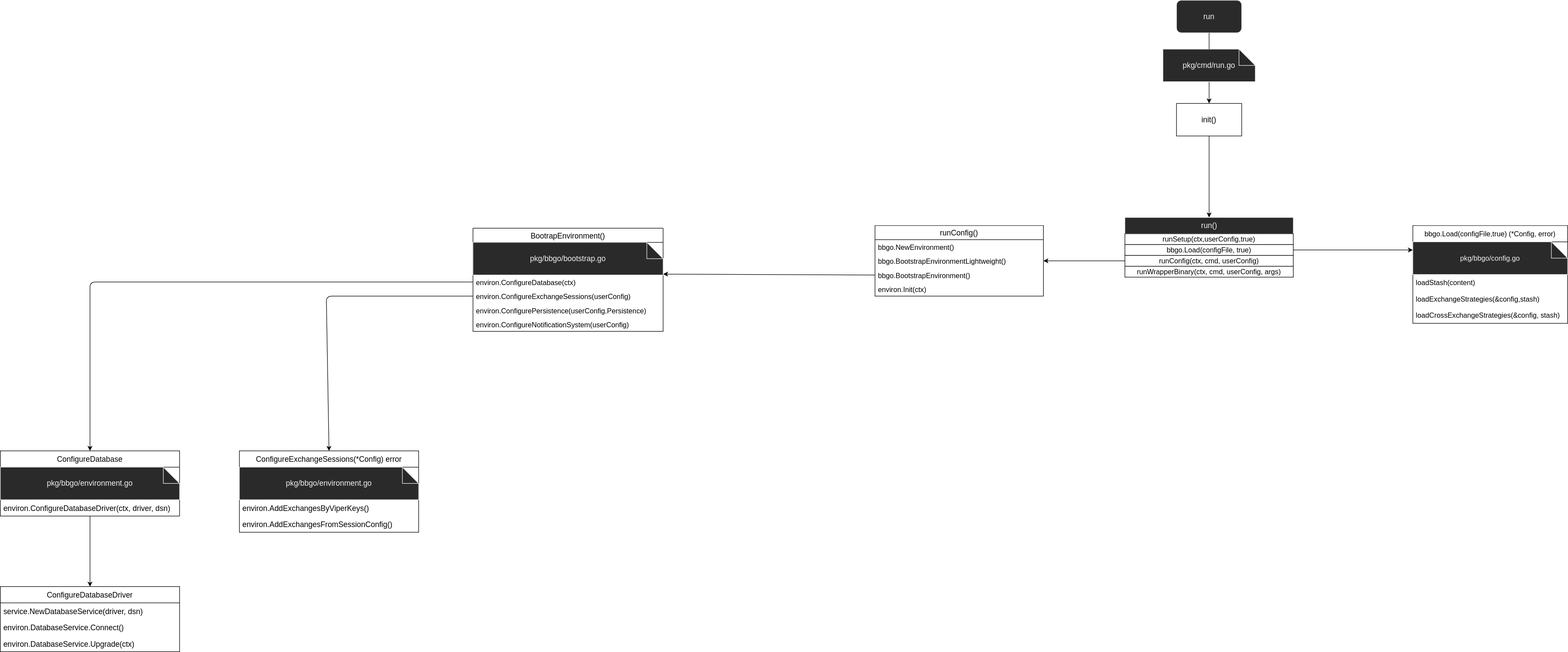
Before: learn_bbgo_with_func/flow_chart/cmd_available/run.drawio.svg, a diagram exported from draw.io (Kozphy/go_learn). Source tidied: cells renumbered, new cells last; positions are measured from the earlier drawing's top-left corner, leaving out a move shared by most shapes.
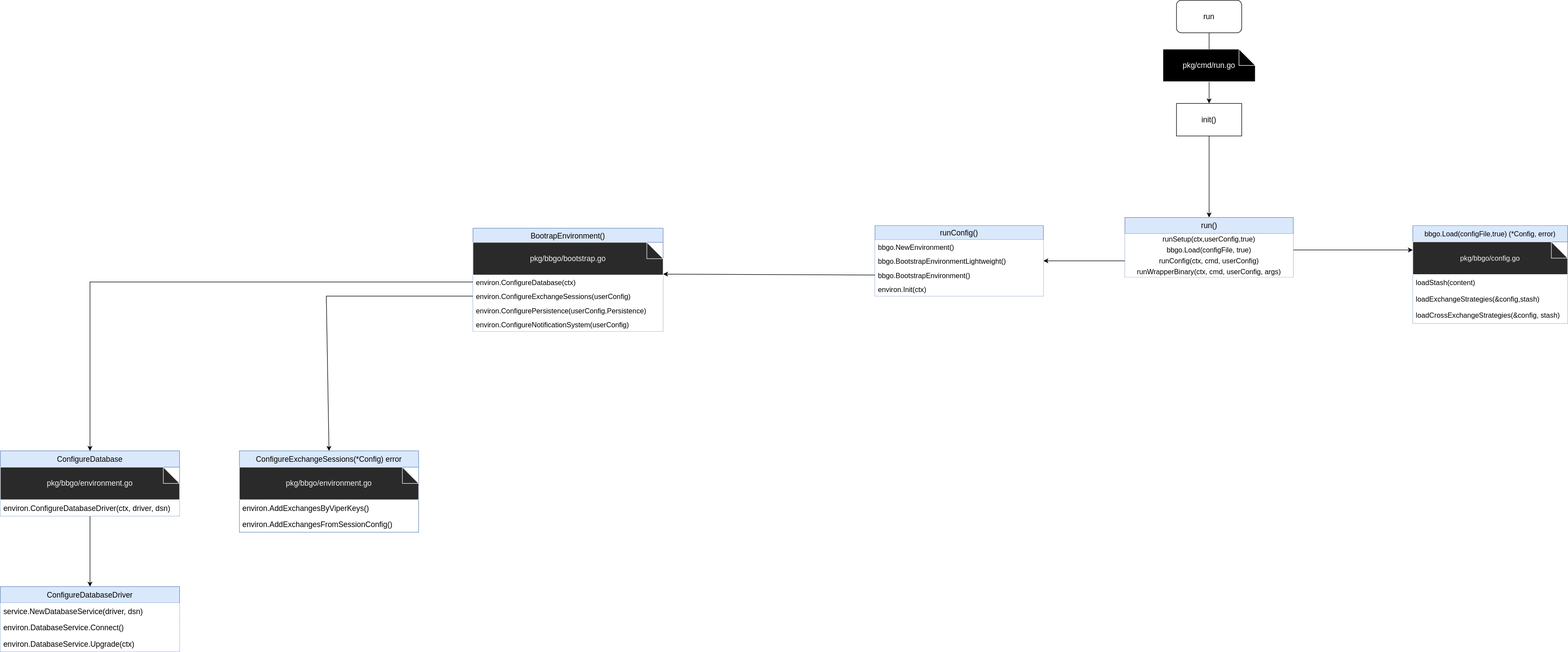
Later version of the same file.

What changed in the source:
```diff
@@ -4,9 +4,9 @@
     <mxCell id="1" parent="0" />
-    <mxCell id="2" style="edgeStyle=none;html=1;entryX=0.5;entryY=0;entryDx=0;entryDy=0;fontSize=14;startArrow=none;" parent="1" edge="1" source="37" target="5">
+    <mxCell id="2" style="edgeStyle=none;html=1;entryX=0.5;entryY=0;entryDx=0;entryDy=0;fontSize=14;startArrow=none;rounded=0;" parent="1" edge="1" source="37" target="5">
       <mxGeometry relative="1" as="geometry" />
     </mxCell>
-    <mxCell id="3" value="run" style="rounded=1;whiteSpace=wrap;html=1;fontFamily=Helvetica;fontSize=14;fontColor=rgb(240, 240, 240);align=center;strokeColor=rgb(240, 240, 240);fillColor=rgb(42, 42, 42);" parent="1" vertex="1">
+    <mxCell id="3" value="run" style="rounded=1;whiteSpace=wrap;html=1;fontFamily=Helvetica;fontSize=14;align=center;" parent="1" vertex="1">
       <mxGeometry x="2165" width="120" height="60" as="geometry" />
     </mxCell>
-    <mxCell id="4" style="edgeStyle=none;html=1;fontSize=14;" parent="1" edge="1" source="5" target="6">
+    <mxCell id="4" style="edgeStyle=none;html=1;fontSize=14;rounded=0;" parent="1" edge="1" source="5" target="6">
       <mxGeometry relative="1" as="geometry" />
@@ -16,105 +16,105 @@
     </mxCell>
-    <mxCell id="6" value="run()" style="swimlane;fontStyle=0;horizontal=1;startSize=30;fontFamily=Helvetica;fontSize=14;fontColor=rgb(240, 240, 240);align=center;strokeColor=rgb(240, 240, 240);fillColor=rgb(42, 42, 42);html=1;" parent="1" vertex="1">
+    <mxCell id="6" value="run()" style="swimlane;fontStyle=0;horizontal=1;startSize=30;fontFamily=Helvetica;fontSize=14;align=center;strokeColor=#6c8ebf;fillColor=#dae8fc;html=1;rounded=0;" parent="1" vertex="1">
       <mxGeometry x="2070" y="400" width="310" height="110" as="geometry" />
     </mxCell>
-    <mxCell id="7" value="runSetup(ctx,userConfig,true)" style="whiteSpace=wrap;html=1;fontSize=13;" parent="6" vertex="1">
+    <mxCell id="7" value="runSetup(ctx,userConfig,true)" style="whiteSpace=wrap;html=1;fontSize=13;rounded=0;strokeColor=none;" parent="6" vertex="1">
       <mxGeometry y="30" width="310" height="20" as="geometry" />
     </mxCell>
-    <mxCell id="8" value="bbgo.Load(configFile, true)" style="whiteSpace=wrap;html=1;fontSize=13;" parent="6" vertex="1">
+    <mxCell id="8" value="bbgo.Load(configFile, true)" style="whiteSpace=wrap;html=1;fontSize=13;rounded=0;strokeColor=none;" parent="6" vertex="1">
       <mxGeometry y="50" width="310" height="20" as="geometry" />
     </mxCell>
-    <mxCell id="9" value="runConfig(ctx, cmd, userConfig)" style="whiteSpace=wrap;html=1;fontSize=13;" parent="6" vertex="1">
+    <mxCell id="9" value="runConfig(ctx, cmd, userConfig)" style="whiteSpace=wrap;html=1;fontSize=13;rounded=0;strokeColor=none;" parent="6" vertex="1">
       <mxGeometry y="70" width="310" height="20" as="geometry" />
     </mxCell>
-    <mxCell id="10" value="runWrapperBinary(ctx, cmd, userConfig, args)" style="whiteSpace=wrap;html=1;fontSize=13;" parent="6" vertex="1">
+    <mxCell id="10" value="runWrapperBinary(ctx, cmd, userConfig, args)" style="whiteSpace=wrap;html=1;fontSize=13;rounded=0;strokeColor=none;" parent="6" vertex="1">
       <mxGeometry y="90" width="310" height="20" as="geometry" />
     </mxCell>
-    <mxCell id="11" value="bbgo.Load(configFile,true) (*Config, error)" style="swimlane;fontStyle=0;horizontal=1;startSize=30;fontSize=13;" parent="1" vertex="1">
+    <mxCell id="11" value="bbgo.Load(configFile,true) (*Config, error)" style="swimlane;fontStyle=0;horizontal=1;startSize=30;fontSize=13;rounded=0;fillColor=#dae8fc;strokeColor=#6c8ebf;" parent="1" vertex="1">
       <mxGeometry x="2600" y="415" width="285" height="180" as="geometry" />
     </mxCell>
-    <mxCell id="12" value="pkg/bbgo/config.go" style="shape=note;whiteSpace=wrap;html=1;backgroundOutline=1;darkOpacity=0.05;fontFamily=Helvetica;fontSize=13;fontColor=rgb(240, 240, 240);align=center;strokeColor=rgb(240, 240, 240);fillColor=rgb(42, 42, 42);" parent="11" vertex="1">
+    <mxCell id="12" value="pkg/bbgo/config.go" style="shape=note;whiteSpace=wrap;html=1;backgroundOutline=1;darkOpacity=0.05;fontFamily=Helvetica;fontSize=13;fontColor=rgb(240, 240, 240);align=center;strokeColor=rgb(240, 240, 240);fillColor=rgb(42, 42, 42);rounded=0;" parent="11" vertex="1">
       <mxGeometry y="30" width="285" height="60" as="geometry" />
     </mxCell>
-    <mxCell id="13" value="loadStash(content)" style="text;strokeColor=none;fillColor=none;align=left;verticalAlign=middle;spacingLeft=4;spacingRight=4;overflow=hidden;fontSize=13;" parent="11" vertex="1">
+    <mxCell id="13" value="loadStash(content)" style="text;strokeColor=none;fillColor=default;align=left;verticalAlign=middle;spacingLeft=4;spacingRight=4;overflow=hidden;fontSize=13;rounded=0;" parent="11" vertex="1">
       <mxGeometry y="90" width="285" height="30" as="geometry" />
     </mxCell>
-    <mxCell id="14" value="loadExchangeStrategies(&amp;config,stash)" style="text;strokeColor=none;fillColor=none;align=left;verticalAlign=middle;spacingLeft=4;spacingRight=4;overflow=hidden;fontSize=13;" parent="11" vertex="1">
+    <mxCell id="14" value="loadExchangeStrategies(&amp;config,stash)" style="text;strokeColor=none;fillColor=default;align=left;verticalAlign=middle;spacingLeft=4;spacingRight=4;overflow=hidden;fontSize=13;rounded=0;" parent="11" vertex="1">
       <mxGeometry y="120" width="285" height="30" as="geometry" />
     </mxCell>
-    <mxCell id="15" value="loadCrossExchangeStrategies(&amp;config, stash)" style="text;strokeColor=none;fillColor=none;align=left;verticalAlign=middle;spacingLeft=4;spacingRight=4;overflow=hidden;fontSize=13;" parent="11" vertex="1">
+    <mxCell id="15" value="loadCrossExchangeStrategies(&amp;config, stash)" style="text;strokeColor=none;fillColor=default;align=left;verticalAlign=middle;spacingLeft=4;spacingRight=4;overflow=hidden;fontSize=13;rounded=0;" parent="11" vertex="1">
       <mxGeometry y="150" width="285" height="30" as="geometry" />
     </mxCell>
-    <mxCell id="16" style="edgeStyle=none;html=1;fontSize=13;" parent="1" edge="1" source="9" target="17">
+    <mxCell id="16" style="edgeStyle=none;html=1;fontSize=13;rounded=0;" parent="1" edge="1" source="9" target="17">
       <mxGeometry relative="1" as="geometry" />
     </mxCell>
-    <mxCell id="17" value="runConfig()" style="swimlane;fontStyle=0;horizontal=1;startSize=26;fillColor=none;fontSize=14;" parent="1" vertex="1">
+    <mxCell id="17" value="runConfig()" style="swimlane;fontStyle=0;horizontal=1;startSize=26;fillColor=#dae8fc;fontSize=14;labelBackgroundColor=none;labelBorderColor=none;swimlaneFillColor=none;rounded=0;strokeColor=#6c8ebf;" parent="1" vertex="1">
       <mxGeometry x="1610" y="415" width="310" height="130" as="geometry" />
     </mxCell>
-    <mxCell id="18" value="bbgo.NewEnvironment()" style="text;strokeColor=none;fillColor=none;align=left;verticalAlign=top;spacingLeft=4;spacingRight=4;overflow=hidden;fontSize=13;" parent="17" vertex="1">
+    <mxCell id="18" value="bbgo.NewEnvironment()" style="text;strokeColor=none;fillColor=default;align=left;verticalAlign=top;spacingLeft=4;spacingRight=4;overflow=hidden;fontSize=13;rounded=0;" parent="17" vertex="1">
       <mxGeometry y="26" width="310" height="26" as="geometry" />
     </mxCell>
-    <mxCell id="19" value="bbgo.BootstrapEnvironmentLightweight()" style="text;strokeColor=none;fillColor=none;align=left;verticalAlign=top;spacingLeft=4;spacingRight=4;overflow=hidden;fontSize=13;" parent="17" vertex="1">
+    <mxCell id="19" value="bbgo.BootstrapEnvironmentLightweight()" style="text;strokeColor=none;fillColor=default;align=left;verticalAlign=top;spacingLeft=4;spacingRight=4;overflow=hidden;fontSize=13;rounded=0;" parent="17" vertex="1">
       <mxGeometry y="52" width="310" height="26" as="geometry" />
     </mxCell>
-    <mxCell id="20" value="bbgo.BootstrapEnvironment()" style="text;strokeColor=none;fillColor=none;align=left;verticalAlign=top;spacingLeft=4;spacingRight=4;overflow=hidden;points=[[0,0.5],[1,0.5]];portConstraint=eastwest;fontSize=13;" parent="17" vertex="1">
+    <mxCell id="20" value="bbgo.BootstrapEnvironment()" style="text;strokeColor=none;fillColor=default;align=left;verticalAlign=top;spacingLeft=4;spacingRight=4;overflow=hidden;points=[[0,0.5],[1,0.5]];portConstraint=eastwest;fontSize=13;rounded=0;" parent="17" vertex="1">
       <mxGeometry y="78" width="310" height="26" as="geometry" />
     </mxCell>
-    <mxCell id="21" value="environ.Init(ctx)" style="text;strokeColor=none;fillColor=none;align=left;verticalAlign=top;spacingLeft=4;spacingRight=4;overflow=hidden;fontSize=13;" parent="17" vertex="1">
+    <mxCell id="21" value="environ.Init(ctx)" style="text;strokeColor=none;fillColor=default;align=left;verticalAlign=top;spacingLeft=4;spacingRight=4;overflow=hidden;fontSize=13;rounded=0;" parent="17" vertex="1">
       <mxGeometry y="104" width="310" height="26" as="geometry" />
     </mxCell>
-    <mxCell id="22" style="edgeStyle=none;html=1;fontSize=14;entryX=1;entryY=-0.06;entryDx=0;entryDy=0;entryPerimeter=0;exitX=0;exitY=0.5;exitDx=0;exitDy=0;" parent="1" edge="1" source="20" target="25">
+    <mxCell id="22" style="edgeStyle=none;html=1;fontSize=14;entryX=1;entryY=-0.06;entryDx=0;entryDy=0;entryPerimeter=0;exitX=0;exitY=0.5;exitDx=0;exitDy=0;rounded=0;" parent="1" edge="1" source="20" target="25">
       <mxGeometry relative="1" as="geometry" />
     </mxCell>
-    <mxCell id="23" value="BootrapEnvironment()" style="swimlane;fontStyle=0;horizontal=1;startSize=26;fillColor=none;fontSize=14;" parent="1" vertex="1">
+    <mxCell id="23" value="BootrapEnvironment()" style="swimlane;fontStyle=0;horizontal=1;startSize=26;fillColor=#dae8fc;fontSize=14;rounded=0;strokeColor=#6c8ebf;" parent="1" vertex="1">
       <mxGeometry x="870" y="420" width="350" height="190" as="geometry" />
     </mxCell>
-    <mxCell id="24" value="pkg/bbgo/bootstrap.go" style="shape=note;whiteSpace=wrap;html=1;backgroundOutline=1;darkOpacity=0.05;fontFamily=Helvetica;fontSize=14;fontColor=rgb(240, 240, 240);align=center;strokeColor=rgb(240, 240, 240);fillColor=rgb(42, 42, 42);" parent="23" vertex="1">
+    <mxCell id="24" value="pkg/bbgo/bootstrap.go" style="shape=note;whiteSpace=wrap;html=1;backgroundOutline=1;darkOpacity=0.05;fontFamily=Helvetica;fontSize=14;fontColor=rgb(240, 240, 240);align=center;strokeColor=rgb(240, 240, 240);fillColor=rgb(42, 42, 42);rounded=0;" parent="23" vertex="1">
       <mxGeometry y="26" width="350" height="60" as="geometry" />
     </mxCell>
-    <mxCell id="25" value="environ.ConfigureDatabase(ctx)" style="text;strokeColor=none;fillColor=none;align=left;verticalAlign=top;spacingLeft=4;spacingRight=4;overflow=hidden;points=[[0,0.5],[1,0.5]];portConstraint=eastwest;fontSize=13;" parent="23" vertex="1">
+    <mxCell id="25" value="environ.ConfigureDatabase(ctx)" style="text;strokeColor=none;fillColor=default;align=left;verticalAlign=top;spacingLeft=4;spacingRight=4;overflow=hidden;points=[[0,0.5],[1,0.5]];portConstraint=eastwest;fontSize=13;rounded=0;" parent="23" vertex="1">
       <mxGeometry y="86" width="350" height="26" as="geometry" />
     </mxCell>
-    <mxCell id="26" value="environ.ConfigureExchangeSessions(userConfig)" style="text;strokeColor=none;fillColor=none;align=left;verticalAlign=top;spacingLeft=4;spacingRight=4;overflow=hidden;points=[[0,0.5],[1,0.5]];portConstraint=eastwest;fontSize=13;" parent="23" vertex="1">
+    <mxCell id="26" value="environ.ConfigureExchangeSessions(userConfig)" style="text;strokeColor=none;fillColor=default;align=left;verticalAlign=top;spacingLeft=4;spacingRight=4;overflow=hidden;points=[[0,0.5],[1,0.5]];portConstraint=eastwest;fontSize=13;rounded=0;" parent="23" vertex="1">
       <mxGeometry y="112" width="350" height="26" as="geometry" />
     </mxCell>
-    <mxCell id="27" value="environ.ConfigurePersistence(userConfig.Persistence)" style="text;strokeColor=none;fillColor=none;align=left;verticalAlign=top;spacingLeft=4;spacingRight=4;overflow=hidden;fontSize=13;" parent="23" vertex="1">
+    <mxCell id="27" value="environ.ConfigurePersistence(userConfig.Persistence)" style="text;strokeColor=none;fillColor=default;align=left;verticalAlign=top;spacingLeft=4;spacingRight=4;overflow=hidden;fontSize=13;rounded=0;" parent="23" vertex="1">
       <mxGeometry y="138" width="350" height="26" as="geometry" />
     </mxCell>
-    <mxCell id="28" value="environ.ConfigureNotificationSystem(userConfig)" style="text;strokeColor=none;fillColor=none;align=left;verticalAlign=top;spacingLeft=4;spacingRight=4;overflow=hidden;fontSize=13;" parent="23" vertex="1">
+    <mxCell id="28" value="environ.ConfigureNotificationSystem(userConfig)" style="text;strokeColor=none;fillColor=default;align=left;verticalAlign=top;spacingLeft=4;spacingRight=4;overflow=hidden;fontSize=13;rounded=0;" parent="23" vertex="1">
       <mxGeometry y="164" width="350" height="26" as="geometry" />
     </mxCell>
-    <mxCell id="29" style="edgeStyle=none;html=1;entryX=0.5;entryY=0;entryDx=0;entryDy=0;fontSize=14;" parent="1" edge="1" source="30" target="33">
+    <mxCell id="29" style="edgeStyle=none;html=1;entryX=0.5;entryY=0;entryDx=0;entryDy=0;fontSize=14;rounded=0;" parent="1" edge="1" source="30" target="33">
       <mxGeometry relative="1" as="geometry" />
     </mxCell>
-    <mxCell id="30" value="ConfigureDatabase" style="swimlane;fontStyle=0;horizontal=1;startSize=30;fontSize=14;" parent="1" vertex="1">
+    <mxCell id="30" value="ConfigureDatabase" style="swimlane;fontStyle=0;horizontal=1;startSize=30;fontSize=14;rounded=0;fillColor=#dae8fc;strokeColor=#6c8ebf;" parent="1" vertex="1">
       <mxGeometry y="830" width="330" height="120" as="geometry" />
     </mxCell>
-    <mxCell id="31" value="pkg/bbgo/environment.go" style="shape=note;whiteSpace=wrap;html=1;backgroundOutline=1;darkOpacity=0.05;fontFamily=Helvetica;fontSize=14;fontColor=rgb(240, 240, 240);align=center;strokeColor=rgb(240, 240, 240);fillColor=rgb(42, 42, 42);" parent="30" vertex="1">
+    <mxCell id="31" value="pkg/bbgo/environment.go" style="shape=note;whiteSpace=wrap;html=1;backgroundOutline=1;darkOpacity=0.05;fontFamily=Helvetica;fontSize=14;fontColor=rgb(240, 240, 240);align=center;strokeColor=rgb(240, 240, 240);fillColor=rgb(42, 42, 42);rounded=0;" parent="30" vertex="1">
       <mxGeometry y="30" width="330" height="60" as="geometry" />
     </mxCell>
-    <mxCell id="32" value="environ.ConfigureDatabaseDriver(ctx, driver, dsn)" style="text;strokeColor=none;fillColor=none;align=left;verticalAlign=middle;spacingLeft=4;spacingRight=4;overflow=hidden;fontSize=14;" parent="30" vertex="1">
+    <mxCell id="32" value="environ.ConfigureDatabaseDriver(ctx, driver, dsn)" style="text;strokeColor=none;fillColor=default;align=left;verticalAlign=middle;spacingLeft=4;spacingRight=4;overflow=hidden;fontSize=14;rounded=0;" parent="30" vertex="1">
       <mxGeometry y="90" width="330" height="30" as="geometry" />
     </mxCell>
-    <mxCell id="33" value="ConfigureDatabaseDriver" style="swimlane;fontStyle=0;horizontal=1;startSize=30;fontSize=14;" parent="1" vertex="1">
+    <mxCell id="33" value="ConfigureDatabaseDriver" style="swimlane;fontStyle=0;horizontal=1;startSize=30;fontSize=14;rounded=0;fillColor=#dae8fc;strokeColor=#6c8ebf;" parent="1" vertex="1">
       <mxGeometry y="1080" width="330" height="120" as="geometry" />
     </mxCell>
-    <mxCell id="34" value="service.NewDatabaseService(driver, dsn)" style="text;strokeColor=none;fillColor=none;align=left;verticalAlign=middle;spacingLeft=4;spacingRight=4;overflow=hidden;fontSize=14;" parent="33" vertex="1">
+    <mxCell id="34" value="service.NewDatabaseService(driver, dsn)" style="text;strokeColor=none;fillColor=default;align=left;verticalAlign=middle;spacingLeft=4;spacingRight=4;overflow=hidden;fontSize=14;rounded=0;" parent="33" vertex="1">
       <mxGeometry y="30" width="330" height="30" as="geometry" />
     </mxCell>
-    <mxCell id="35" value="environ.DatabaseService.Connect()" style="text;strokeColor=none;fillColor=none;align=left;verticalAlign=middle;spacingLeft=4;spacingRight=4;overflow=hidden;fontSize=14;" parent="33" vertex="1">
+    <mxCell id="35" value="environ.DatabaseService.Connect()" style="text;strokeColor=none;fillColor=default;align=left;verticalAlign=middle;spacingLeft=4;spacingRight=4;overflow=hidden;fontSize=14;rounded=0;" parent="33" vertex="1">
       <mxGeometry y="60" width="330" height="30" as="geometry" />
     </mxCell>
-    <mxCell id="36" value="environ.DatabaseService.Upgrade(ctx)" style="text;strokeColor=none;fillColor=none;align=left;verticalAlign=middle;spacingLeft=4;spacingRight=4;overflow=hidden;fontSize=14;" parent="33" vertex="1">
+    <mxCell id="36" value="environ.DatabaseService.Upgrade(ctx)" style="text;strokeColor=none;fillColor=default;align=left;verticalAlign=middle;spacingLeft=4;spacingRight=4;overflow=hidden;fontSize=14;rounded=0;" parent="33" vertex="1">
       <mxGeometry y="90" width="330" height="30" as="geometry" />
     </mxCell>
-    <mxCell id="37" value="pkg/cmd/run.go" style="shape=note;whiteSpace=wrap;html=1;backgroundOutline=1;darkOpacity=0.05;fontFamily=Helvetica;fontSize=14;fontColor=rgb(240, 240, 240);align=center;strokeColor=rgb(240, 240, 240);fillColor=rgb(42, 42, 42);" parent="1" vertex="1">
+    <mxCell id="37" value="pkg/cmd/run.go" style="shape=note;whiteSpace=wrap;html=1;backgroundOutline=1;darkOpacity=0.05;fontFamily=Helvetica;fontSize=14;align=center;rounded=0;fillColor=#000000;fontColor=#FFFFFF;gradientColor=none;strokeColor=#FFFFFF;" parent="1" vertex="1">
       <mxGeometry x="2140" y="90" width="170" height="60" as="geometry" />
     </mxCell>
-    <mxCell id="38" style="edgeStyle=none;html=1;entryX=0.5;entryY=0;entryDx=0;entryDy=0;fontSize=14;endArrow=none;" parent="1" edge="1" source="3" target="37">
+    <mxCell id="38" style="edgeStyle=none;html=1;entryX=0.5;entryY=0;entryDx=0;entryDy=0;fontSize=14;endArrow=none;rounded=0;" parent="1" edge="1" source="3" target="37">
       <mxGeometry relative="1" as="geometry" />
     </mxCell>
-    <mxCell id="39" style="edgeStyle=none;html=1;entryX=0;entryY=0.25;entryDx=0;entryDy=0;fontSize=14;" parent="1" edge="1" source="8" target="11">
+    <mxCell id="39" style="edgeStyle=none;html=1;entryX=0;entryY=0.25;entryDx=0;entryDy=0;fontSize=14;rounded=0;" parent="1" edge="1" source="8" target="11">
       <mxGeometry relative="1" as="geometry" />
     </mxCell>
-    <mxCell id="40" style="edgeStyle=none;html=1;fontSize=14;exitX=0;exitY=0.5;exitDx=0;exitDy=0;" parent="1" edge="1" source="25" target="30">
+    <mxCell id="40" style="edgeStyle=none;html=1;fontSize=14;exitX=0;exitY=0.5;exitDx=0;exitDy=0;rounded=0;" parent="1" edge="1" source="25" target="30">
       <mxGeometry relative="1" as="geometry">
@@ -125,3 +125,3 @@
     </mxCell>
-    <mxCell id="41" style="edgeStyle=none;html=1;fontSize=14;entryX=0.5;entryY=0;entryDx=0;entryDy=0;exitX=0;exitY=0.5;exitDx=0;exitDy=0;" parent="1" edge="1" source="26" target="42">
+    <mxCell id="41" style="edgeStyle=none;html=1;fontSize=14;entryX=0.5;entryY=0;entryDx=0;entryDy=0;exitX=0;exitY=0.5;exitDx=0;exitDy=0;rounded=0;" parent="1" edge="1" source="26" target="42">
       <mxGeometry relative="1" as="geometry">
@@ -132,12 +132,12 @@
     </mxCell>
-    <mxCell id="42" value="ConfigureExchangeSessions(*Config) error" style="swimlane;fontStyle=0;horizontal=1;startSize=30;fontSize=14;" parent="1" vertex="1">
+    <mxCell id="42" value="ConfigureExchangeSessions(*Config) error" style="swimlane;fontStyle=0;horizontal=1;startSize=30;fontSize=14;rounded=0;fillColor=#dae8fc;strokeColor=#6c8ebf;" parent="1" vertex="1">
       <mxGeometry x="440" y="830" width="330" height="150" as="geometry" />
     </mxCell>
-    <mxCell id="43" value="pkg/bbgo/environment.go" style="shape=note;whiteSpace=wrap;html=1;backgroundOutline=1;darkOpacity=0.05;fontFamily=Helvetica;fontSize=14;fontColor=rgb(240, 240, 240);align=center;strokeColor=rgb(240, 240, 240);fillColor=rgb(42, 42, 42);" parent="42" vertex="1">
+    <mxCell id="43" value="pkg/bbgo/environment.go" style="shape=note;whiteSpace=wrap;html=1;backgroundOutline=1;darkOpacity=0.05;fontFamily=Helvetica;fontSize=14;fontColor=rgb(240, 240, 240);align=center;strokeColor=rgb(240, 240, 240);fillColor=rgb(42, 42, 42);rounded=0;" parent="42" vertex="1">
       <mxGeometry y="30" width="330" height="60" as="geometry" />
     </mxCell>
-    <mxCell id="44" value="environ.AddExchangesByViperKeys()" style="text;strokeColor=none;fillColor=none;align=left;verticalAlign=middle;spacingLeft=4;spacingRight=4;overflow=hidden;fontSize=14;" parent="42" vertex="1">
+    <mxCell id="44" value="environ.AddExchangesByViperKeys()" style="text;strokeColor=none;fillColor=none;align=left;verticalAlign=middle;spacingLeft=4;spacingRight=4;overflow=hidden;fontSize=14;rounded=0;" parent="42" vertex="1">
       <mxGeometry y="90" width="330" height="30" as="geometry" />
     </mxCell>
-    <mxCell id="45" value="environ.AddExchangesFromSessionConfig()" style="text;strokeColor=none;fillColor=none;align=left;verticalAlign=middle;spacingLeft=4;spacingRight=4;overflow=hidden;fontSize=14;" parent="42" vertex="1">
+    <mxCell id="45" value="environ.AddExchangesFromSessionConfig()" style="text;strokeColor=none;fillColor=none;align=left;verticalAlign=middle;spacingLeft=4;spacingRight=4;overflow=hidden;fontSize=14;rounded=0;" parent="42" vertex="1">
       <mxGeometry y="120" width="330" height="30" as="geometry" />
```
